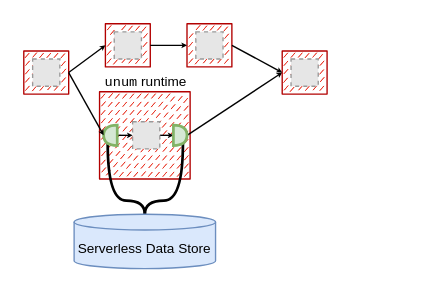
This is figures/unum-arch-runtime.drawio from LedgeDash/unum-paper, a draw.io file, before an edit. Source tidied: cells renumbered, new cells numbered last; positions are measured from the earlier drawing's top-left corner, leaving out a move shared by most shapes. Both pictures are drawn from the tidied source at 136%, with x=0, y=0 at pixel (23, 23). Pictures stored in the file or linked from it are replaced by grey dashed boxes.
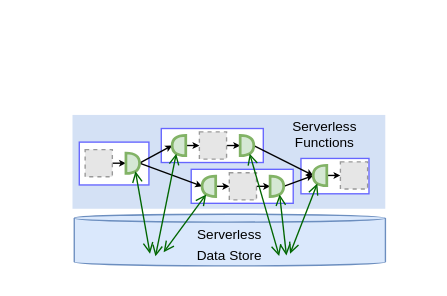
The same diagram, later.

Commit message (it also covers changes not shown here):
update figure 2a and 2c, both captions and images

Diff of the diagram source:
```diff
@@
-    <mxCell id="2" style="rounded=0;whiteSpace=wrap;html=1;shadow=0;glass=0;sketch=1;fillStyle=dashed;fontSize=10;fontColor=#000000;strokeColor=#B20000;strokeWidth=1;fillColor=#E51400;gradientColor=none;jiggle=0;" parent="1" vertex="1">
-      <mxGeometry x="55.7" y="50" width="66.6" height="64.1" as="geometry" />
-    </mxCell>
-    <mxCell id="3" style="edgeStyle=orthogonalEdgeStyle;rounded=0;jettySize=auto;html=1;exitX=1;exitY=0.5;exitDx=0;exitDy=0;entryX=0;entryY=0.5;entryDx=0;entryDy=0;entryPerimeter=0;endArrow=classic;endFill=1;endSize=1;" parent="1" edge="1" source="4" target="10">
-      <mxGeometry relative="1" as="geometry" />
-    </mxCell>
-    <mxCell id="4" style="fillColor=#E6E6E6;strokeColor=#999999;dashed=1;verticalLabelPosition=bottom;labelBackgroundColor=#ffffff;verticalAlign=top;" parent="1" vertex="1">
-      <mxGeometry x="80" y="72" width="20" height="20" as="geometry" />
-    </mxCell>
-    <mxCell id="5" style="edgeStyle=orthogonalEdgeStyle;rounded=0;jettySize=auto;html=1;exitX=0;exitY=0.5;exitDx=0;exitDy=0;exitPerimeter=0;entryX=0;entryY=0.5;entryDx=0;entryDy=0;endArrow=classic;endFill=1;endSize=1;" parent="1" edge="1" source="7" target="4">
-      <mxGeometry relative="1" as="geometry" />
-    </mxCell>
-    <mxCell id="6" style="edgeStyle=orthogonalEdgeStyle;curved=1;rounded=0;jettySize=auto;html=1;exitX=0.7;exitY=0.1;exitDx=0;exitDy=0;exitPerimeter=0;entryX=0.5;entryY=0;entryDx=0;entryDy=0;entryPerimeter=0;fontSize=10;endArrow=none;endFill=0;strokeWidth=2;elbow=vertical;" parent="1" edge="1" source="7" target="28">
-      <mxGeometry relative="1" as="geometry">
-        <Array as="points">
-          <mxPoint x="62" y="130" />
-          <mxPoint x="89" y="130" />
-        </Array>
-      </mxGeometry>
-    </mxCell>
-    <mxCell id="7" style="shape=or;whiteSpace=wrap;html=1;rounded=0;fillStyle=solid;fontSize=10;fillColor=#d5e8d4;strokeColor=#82b366;strokeWidth=2;rotation=-180;" parent="1" vertex="1">
-      <mxGeometry x="58.7" y="74.5" width="10" height="15" as="geometry" />
-    </mxCell>
-    <mxCell id="8" style="edgeStyle=none;rounded=0;jettySize=auto;html=1;exitX=1;exitY=0.5;exitDx=0;exitDy=0;exitPerimeter=0;entryX=0;entryY=0.5;entryDx=0;entryDy=0;endArrow=classic;endFill=1;endSize=1;" parent="1" edge="1" source="10" target="22">
-      <mxGeometry relative="1" as="geometry" />
-    </mxCell>
-    <mxCell id="9" style="edgeStyle=orthogonalEdgeStyle;curved=1;rounded=0;jettySize=auto;html=1;exitX=0.7;exitY=0.9;exitDx=0;exitDy=0;exitPerimeter=0;entryX=0.5;entryY=0;entryDx=0;entryDy=0;entryPerimeter=0;fontSize=10;endArrow=none;endFill=0;strokeWidth=2;elbow=vertical;" parent="1" edge="1" source="10" target="28">
-      <mxGeometry relative="1" as="geometry">
-        <Array as="points">
-          <mxPoint x="117" y="130" />
-          <mxPoint x="89" y="130" />
-        </Array>
-      </mxGeometry>
-    </mxCell>
-    <mxCell id="10" style="shape=or;whiteSpace=wrap;html=1;rounded=0;fillStyle=solid;fontSize=10;fillColor=#d5e8d4;strokeColor=#82b366;strokeWidth=2;rotation=0;" parent="1" vertex="1">
-      <mxGeometry x="110" y="74.5" width="10" height="15" as="geometry" />
-    </mxCell>
-    <mxCell id="11" value="&lt;div style=&quot;font-size: 10px&quot; align=&quot;center&quot;&gt;&lt;font style=&quot;font-size: 10px&quot;&gt;&lt;font face=&quot;Courier New&quot;&gt;unum&lt;/font&gt; runtime&lt;/font&gt;&lt;/div&gt;" style="text;html=1;strokeColor=none;fillColor=none;align=center;verticalAlign=middle;whiteSpace=wrap;rounded=0;" parent="1" vertex="1">
-      <mxGeometry x="50" y="33.7" width="80" height="18" as="geometry" />
-    </mxCell>
-    <mxCell id="12" style="group;" parent="1" vertex="1">
-      <mxGeometry y="20" width="33" height="31.7" as="geometry" />
-    </mxCell>
-    <mxCell id="13" style="rounded=0;whiteSpace=wrap;html=1;shadow=0;glass=0;sketch=1;fillStyle=dashed;fontSize=10;fontColor=#000000;strokeColor=#B20000;strokeWidth=1;fillColor=#E51400;gradientColor=none;jiggle=0;" parent="12" vertex="1">
-      <mxGeometry width="33" height="31.7" as="geometry" />
-    </mxCell>
-    <mxCell id="14" style="fillColor=#E6E6E6;strokeColor=#999999;dashed=1;verticalLabelPosition=bottom;labelBackgroundColor=#ffffff;verticalAlign=top;" parent="12" vertex="1">
-      <mxGeometry x="6.5" y="5.9" width="20" height="20" as="geometry" />
-    </mxCell>
-    <mxCell id="15" style="group;" parent="1" vertex="1">
-      <mxGeometry x="60" width="33" height="31.7" as="geometry" />
-    </mxCell>
-    <mxCell id="16" style="rounded=0;whiteSpace=wrap;html=1;shadow=0;glass=0;sketch=1;fillStyle=dashed;fontSize=10;fontColor=#000000;strokeColor=#B20000;strokeWidth=1;fillColor=#E51400;gradientColor=none;jiggle=0;" parent="15" vertex="1">
-      <mxGeometry width="33" height="31.7" as="geometry" />
-    </mxCell>
-    <mxCell id="17" style="fillColor=#E6E6E6;strokeColor=#999999;dashed=1;verticalLabelPosition=bottom;labelBackgroundColor=#ffffff;verticalAlign=top;" parent="15" vertex="1">
-      <mxGeometry x="6.5" y="5.9" width="20" height="20" as="geometry" />
-    </mxCell>
-    <mxCell id="18" style="group;" parent="1" vertex="1">
-      <mxGeometry x="120" width="33" height="31.7" as="geometry" />
-    </mxCell>
-    <mxCell id="19" style="rounded=0;whiteSpace=wrap;html=1;shadow=0;glass=0;sketch=1;fillStyle=dashed;fontSize=10;fontColor=#000000;strokeColor=#B20000;strokeWidth=1;fillColor=#E51400;gradientColor=none;jiggle=0;" parent="18" vertex="1">
-      <mxGeometry width="33" height="31.7" as="geometry" />
-    </mxCell>
-    <mxCell id="20" style="fillColor=#E6E6E6;strokeColor=#999999;dashed=1;verticalLabelPosition=bottom;labelBackgroundColor=#ffffff;verticalAlign=top;" parent="18" vertex="1">
-      <mxGeometry x="6.5" y="5.9" width="20" height="20" as="geometry" />
-    </mxCell>
-    <mxCell id="21" style="group;" parent="1" vertex="1">
-      <mxGeometry x="190" y="20" width="33" height="31.7" as="geometry" />
-    </mxCell>
-    <mxCell id="22" style="rounded=0;whiteSpace=wrap;html=1;shadow=0;glass=0;sketch=1;fillStyle=dashed;fontSize=10;fontColor=#000000;strokeColor=#B20000;strokeWidth=1;fillColor=#E51400;gradientColor=none;jiggle=0;" parent="21" vertex="1">
-      <mxGeometry width="33" height="31.7" as="geometry" />
-    </mxCell>
-    <mxCell id="23" style="fillColor=#E6E6E6;strokeColor=#999999;dashed=1;verticalLabelPosition=bottom;labelBackgroundColor=#ffffff;verticalAlign=top;" parent="21" vertex="1">
-      <mxGeometry x="6.5" y="5.9" width="20" height="20" as="geometry" />
-    </mxCell>
-    <mxCell id="24" style="rounded=0;jettySize=auto;html=1;exitX=1;exitY=0.5;exitDx=0;exitDy=0;entryX=0;entryY=0.5;entryDx=0;entryDy=0;endArrow=classic;endFill=1;endSize=1;" parent="1" edge="1" source="13" target="16">
-      <mxGeometry relative="1" as="geometry" />
-    </mxCell>
-    <mxCell id="25" style="edgeStyle=none;rounded=0;jettySize=auto;html=1;exitX=1;exitY=0.5;exitDx=0;exitDy=0;entryX=0;entryY=0.5;entryDx=0;entryDy=0;endArrow=classic;endFill=1;endSize=1;" parent="1" edge="1" source="16" target="19">
-      <mxGeometry relative="1" as="geometry" />
-    </mxCell>
-    <mxCell id="26" style="edgeStyle=none;rounded=0;jettySize=auto;html=1;exitX=1;exitY=0.5;exitDx=0;exitDy=0;entryX=0;entryY=0.5;entryDx=0;entryDy=0;endArrow=classic;endFill=1;endSize=1;" parent="1" edge="1" source="19" target="22">
-      <mxGeometry relative="1" as="geometry" />
-    </mxCell>
-    <mxCell id="27" style="edgeStyle=none;rounded=0;jettySize=auto;html=1;exitX=1;exitY=0.5;exitDx=0;exitDy=0;entryX=1;entryY=0.5;entryDx=0;entryDy=0;entryPerimeter=0;endArrow=classic;endFill=1;endSize=1;" parent="1" edge="1" source="13" target="7">
-      <mxGeometry relative="1" as="geometry" />
-    </mxCell>
-    <mxCell id="28" value="&lt;font style=&quot;font-size: 10px&quot;&gt;Serverless Data Store&lt;/font&gt;" style="shape=cylinder3;whiteSpace=wrap;html=1;boundedLbl=1;backgroundOutline=1;size=5.809523809523739;strokeColor=#6c8ebf;align=center;fillColor=#dae8fc;" parent="1" vertex="1">
-      <mxGeometry x="37" y="140" width="104" height="40" as="geometry" />
+    <mxCell id="28" value="&lt;font style=&quot;font-size: 10px&quot;&gt;Serverless&lt;br&gt;Data Store&lt;/font&gt;" style="shape=cylinder3;whiteSpace=wrap;html=1;boundedLbl=1;backgroundOutline=1;size=2.9047619047618127;strokeColor=#6c8ebf;align=center;fillColor=#dae8fc;" parent="1" vertex="1">
+      <mxGeometry x="37.1" y="140" width="228.8" height="38" as="geometry" />
     </mxCell>
@@
+    <mxCell id="30" style="rounded=0;whiteSpace=wrap;html=1;strokeColor=none;fillColor=#D4E1F5;" parent="1" vertex="1">
+      <mxGeometry x="35.8" y="67" width="230" height="69" as="geometry" />
+    </mxCell>
+    <mxCell id="31" style="rounded=0;whiteSpace=wrap;html=1;fillStyle=solid;fontFamily=Courier New;fontSize=10;strokeWidth=1;align=left;fillColor=default;strokeColor=#6666FF;" parent="1" vertex="1">
+      <mxGeometry x="123.1" y="107" width="75" height="25" as="geometry" />
+    </mxCell>
+    <mxCell id="32" style="rounded=0;whiteSpace=wrap;html=1;fillStyle=solid;fontFamily=Courier New;fontSize=10;strokeWidth=1;align=left;fillColor=default;strokeColor=#6666FF;" parent="1" vertex="1">
+      <mxGeometry x="101.1" y="77" width="75" height="25" as="geometry" />
+    </mxCell>
+    <mxCell id="33" style="rounded=0;whiteSpace=wrap;html=1;fillStyle=solid;fontFamily=Courier New;fontSize=10;strokeWidth=1;align=left;fillColor=default;strokeColor=#6666FF;" parent="1" vertex="1">
+      <mxGeometry x="203.8" y="99" width="50" height="26" as="geometry" />
+    </mxCell>
+    <mxCell id="34" style="rounded=0;whiteSpace=wrap;html=1;fillStyle=solid;fontFamily=Courier New;fontSize=10;strokeWidth=1;align=left;fillColor=default;strokeColor=#6666FF;" parent="1" vertex="1">
+      <mxGeometry x="40.8" y="87" width="51.2" height="31.5" as="geometry" />
+    </mxCell>
+    <mxCell id="35" style="edgeStyle=none;rounded=0;jettySize=auto;html=1;exitX=1;exitY=0.5;exitDx=0;exitDy=0;entryX=0;entryY=0.5;entryDx=0;entryDy=0;entryPerimeter=0;fontSize=10;endSize=2;" parent="1" edge="1" source="36" target="44">
+      <mxGeometry relative="1" as="geometry" />
+    </mxCell>
+    <mxCell id="36" style="fillColor=#E6E6E6;strokeColor=#999999;dashed=1;verticalLabelPosition=bottom;labelBackgroundColor=#ffffff;verticalAlign=top;" parent="1" vertex="1">
+      <mxGeometry x="45.1" y="92.5" width="20" height="20" as="geometry" />
+    </mxCell>
+    <mxCell id="37" style="edgeStyle=none;rounded=0;jettySize=auto;html=1;exitX=1;exitY=0.5;exitDx=0;exitDy=0;entryX=0;entryY=0.5;entryDx=0;entryDy=0;entryPerimeter=0;fontSize=10;endSize=2;" parent="1" edge="1" source="38" target="50">
+      <mxGeometry relative="1" as="geometry" />
+    </mxCell>
+    <mxCell id="38" style="fillColor=#E6E6E6;strokeColor=#999999;dashed=1;verticalLabelPosition=bottom;labelBackgroundColor=#ffffff;verticalAlign=top;" parent="1" vertex="1">
+      <mxGeometry x="129.1" y="79.5" width="20" height="20" as="geometry" />
+    </mxCell>
+    <mxCell id="39" style="edgeStyle=none;rounded=0;jettySize=auto;html=1;exitX=1;exitY=0.5;exitDx=0;exitDy=0;entryX=0;entryY=0.5;entryDx=0;entryDy=0;entryPerimeter=0;fontSize=10;endSize=2;" parent="1" edge="1" source="40" target="52">
+      <mxGeometry relative="1" as="geometry" />
+    </mxCell>
+    <mxCell id="40" style="fillColor=#E6E6E6;strokeColor=#999999;dashed=1;verticalLabelPosition=bottom;labelBackgroundColor=#ffffff;verticalAlign=top;" parent="1" vertex="1">
+      <mxGeometry x="151.1" y="109.5" width="20" height="20" as="geometry" />
+    </mxCell>
+    <mxCell id="41" style="fillColor=#E6E6E6;strokeColor=#999999;dashed=1;verticalLabelPosition=bottom;labelBackgroundColor=#ffffff;verticalAlign=top;" parent="1" vertex="1">
+      <mxGeometry x="232.8" y="101.5" width="20" height="20" as="geometry" />
+    </mxCell>
+    <mxCell id="42" style="edgeStyle=none;rounded=0;jettySize=auto;html=1;exitX=1;exitY=0.5;exitDx=0;exitDy=0;exitPerimeter=0;entryX=1;entryY=0.5;entryDx=0;entryDy=0;entryPerimeter=0;fontSize=10;endSize=2;" parent="1" edge="1" source="44" target="46">
+      <mxGeometry relative="1" as="geometry" />
+    </mxCell>
+    <mxCell id="43" style="edgeStyle=none;rounded=0;jettySize=auto;html=1;exitX=1;exitY=0.5;exitDx=0;exitDy=0;exitPerimeter=0;entryX=1;entryY=0.5;entryDx=0;entryDy=0;entryPerimeter=0;fontSize=10;endSize=2;" parent="1" edge="1" source="44" target="48">
+      <mxGeometry relative="1" as="geometry" />
+    </mxCell>
+    <mxCell id="44" style="shape=or;whiteSpace=wrap;html=1;rounded=0;fillStyle=solid;fontSize=10;fillColor=#d5e8d4;strokeColor=#82b366;strokeWidth=2;" parent="1" vertex="1">
+      <mxGeometry x="75.1" y="95" width="10" height="15" as="geometry" />
+    </mxCell>
+    <mxCell id="45" style="edgeStyle=none;rounded=0;jettySize=auto;html=1;exitX=0;exitY=0.5;exitDx=0;exitDy=0;exitPerimeter=0;entryX=0;entryY=0.5;entryDx=0;entryDy=0;fontSize=10;endSize=2;" parent="1" edge="1" source="46" target="38">
+      <mxGeometry relative="1" as="geometry" />
+    </mxCell>
+    <mxCell id="46" style="shape=or;whiteSpace=wrap;html=1;rounded=0;fillStyle=solid;fontSize=10;fillColor=#d5e8d4;strokeColor=#82b366;strokeWidth=2;rotation=-180;" parent="1" vertex="1">
+      <mxGeometry x="109.1" y="82" width="10" height="15" as="geometry" />
+    </mxCell>
+    <mxCell id="47" style="edgeStyle=none;rounded=0;jettySize=auto;html=1;exitX=0;exitY=0.5;exitDx=0;exitDy=0;exitPerimeter=0;entryX=0;entryY=0.5;entryDx=0;entryDy=0;fontSize=10;endSize=2;" parent="1" edge="1" source="48" target="40">
+      <mxGeometry relative="1" as="geometry" />
+    </mxCell>
+    <mxCell id="48" style="shape=or;whiteSpace=wrap;html=1;rounded=0;fillStyle=solid;fontSize=10;fillColor=#d5e8d4;strokeColor=#82b366;strokeWidth=2;rotation=-180;" parent="1" vertex="1">
+      <mxGeometry x="131.1" y="112" width="10" height="15" as="geometry" />
+    </mxCell>
+    <mxCell id="49" style="edgeStyle=none;rounded=0;jettySize=auto;html=1;exitX=1;exitY=0.5;exitDx=0;exitDy=0;exitPerimeter=0;entryX=1;entryY=0.5;entryDx=0;entryDy=0;entryPerimeter=0;fontSize=10;endSize=2;" parent="1" edge="1" source="50" target="54">
+      <mxGeometry relative="1" as="geometry" />
+    </mxCell>
+    <mxCell id="50" style="shape=or;whiteSpace=wrap;html=1;rounded=0;fillStyle=solid;fontSize=10;fillColor=#d5e8d4;strokeColor=#82b366;strokeWidth=2;rotation=0;" parent="1" vertex="1">
+      <mxGeometry x="159.1" y="82" width="10" height="15" as="geometry" />
+    </mxCell>
+    <mxCell id="51" style="edgeStyle=none;rounded=0;jettySize=auto;html=1;exitX=1;exitY=0.5;exitDx=0;exitDy=0;exitPerimeter=0;entryX=1;entryY=0.5;entryDx=0;entryDy=0;entryPerimeter=0;fontSize=10;endSize=2;" parent="1" edge="1" source="52" target="54">
+      <mxGeometry relative="1" as="geometry" />
+    </mxCell>
+    <mxCell id="52" style="shape=or;whiteSpace=wrap;html=1;rounded=0;fillStyle=solid;fontSize=10;fillColor=#d5e8d4;strokeColor=#82b366;strokeWidth=2;rotation=0;" parent="1" vertex="1">
+      <mxGeometry x="181.1" y="112" width="10" height="15" as="geometry" />
+    </mxCell>
+    <mxCell id="53" style="edgeStyle=none;rounded=0;jettySize=auto;html=1;exitX=0;exitY=0.5;exitDx=0;exitDy=0;exitPerimeter=0;entryX=0;entryY=0.5;entryDx=0;entryDy=0;fontSize=10;endSize=2;" parent="1" edge="1" source="54" target="41">
+      <mxGeometry relative="1" as="geometry" />
+    </mxCell>
+    <mxCell id="54" style="shape=or;whiteSpace=wrap;html=1;rounded=0;fillStyle=solid;fontSize=10;fillColor=#d5e8d4;strokeColor=#82b366;strokeWidth=2;rotation=-180;" parent="1" vertex="1">
+      <mxGeometry x="212.8" y="104" width="10" height="15" as="geometry" />
+    </mxCell>
+    <mxCell id="55" value="&lt;div style=&quot;font-size: 10px&quot; align=&quot;center&quot;&gt;&lt;font style=&quot;font-size: 10px&quot;&gt;Serverless&lt;/font&gt;&lt;/div&gt;&lt;div style=&quot;font-size: 10px&quot; align=&quot;center&quot;&gt;&lt;font style=&quot;font-size: 10px&quot;&gt;Functions&lt;/font&gt;&lt;/div&gt;" style="text;html=1;strokeColor=none;fillColor=none;align=center;verticalAlign=middle;whiteSpace=wrap;rounded=0;" parent="1" vertex="1">
+      <mxGeometry x="149.1" y="57" width="144.8" height="48" as="geometry" />
+    </mxCell>
+    <mxCell id="56" style="endArrow=open;startArrow=open;html=1;rounded=0;entryX=0.7;entryY=0.9;entryDx=0;entryDy=0;entryPerimeter=0;strokeColor=#006600;startFill=0;endFill=0;strokeWidth=1;" parent="1" edge="1" target="44">
+      <mxGeometry relative="1" as="geometry">
+        <mxPoint x="92.8" y="169" as="sourcePoint" />
+      </mxGeometry>
+    </mxCell>
+    <mxCell id="57" style="endArrow=open;startArrow=open;html=1;rounded=0;entryX=0.7;entryY=0.1;entryDx=0;entryDy=0;entryPerimeter=0;strokeColor=#006600;startFill=0;endFill=0;strokeWidth=1;" parent="1" edge="1" target="48">
+      <mxGeometry relative="1" as="geometry">
+        <mxPoint x="102.8" y="168" as="sourcePoint" />
+      </mxGeometry>
+    </mxCell>
+    <mxCell id="58" style="endArrow=open;startArrow=open;html=1;rounded=0;entryX=0.7;entryY=0.1;entryDx=0;entryDy=0;entryPerimeter=0;strokeColor=#006600;startFill=0;endFill=0;strokeWidth=1;" parent="1" edge="1" target="46">
+      <mxGeometry relative="1" as="geometry">
+        <mxPoint x="96.8" y="171" as="sourcePoint" />
+      </mxGeometry>
+    </mxCell>
+    <mxCell id="59" style="endArrow=open;startArrow=open;html=1;rounded=0;entryX=0.7;entryY=0.9;entryDx=0;entryDy=0;entryPerimeter=0;exitX=0.257;exitY=0.308;exitDx=0;exitDy=0;exitPerimeter=0;strokeColor=#006600;startFill=0;endFill=0;strokeWidth=1;" parent="1" edge="1" target="50">
+      <mxGeometry relative="1" as="geometry">
+        <mxPoint x="187.8" y="170.8" as="sourcePoint" />
+      </mxGeometry>
+    </mxCell>
+    <mxCell id="60" style="endArrow=open;startArrow=open;html=1;rounded=0;entryX=0.7;entryY=0.1;entryDx=0;entryDy=0;entryPerimeter=0;strokeColor=#006600;startFill=0;endFill=0;strokeWidth=1;" parent="1" edge="1" target="54">
+      <mxGeometry relative="1" as="geometry">
+        <mxPoint x="195.8" y="169" as="sourcePoint" />
+      </mxGeometry>
+    </mxCell>
+    <mxCell id="61" style="endArrow=open;startArrow=open;html=1;rounded=0;entryX=0.7;entryY=0.9;entryDx=0;entryDy=0;entryPerimeter=0;exitX=0.28;exitY=0.296;exitDx=0;exitDy=0;exitPerimeter=0;strokeColor=#006600;startFill=0;endFill=0;strokeWidth=1;" parent="1" edge="1" target="52">
+      <mxGeometry relative="1" as="geometry">
+        <mxPoint x="193.1" y="170.3" as="sourcePoint" />
+      </mxGeometry>
+    </mxCell>
```
